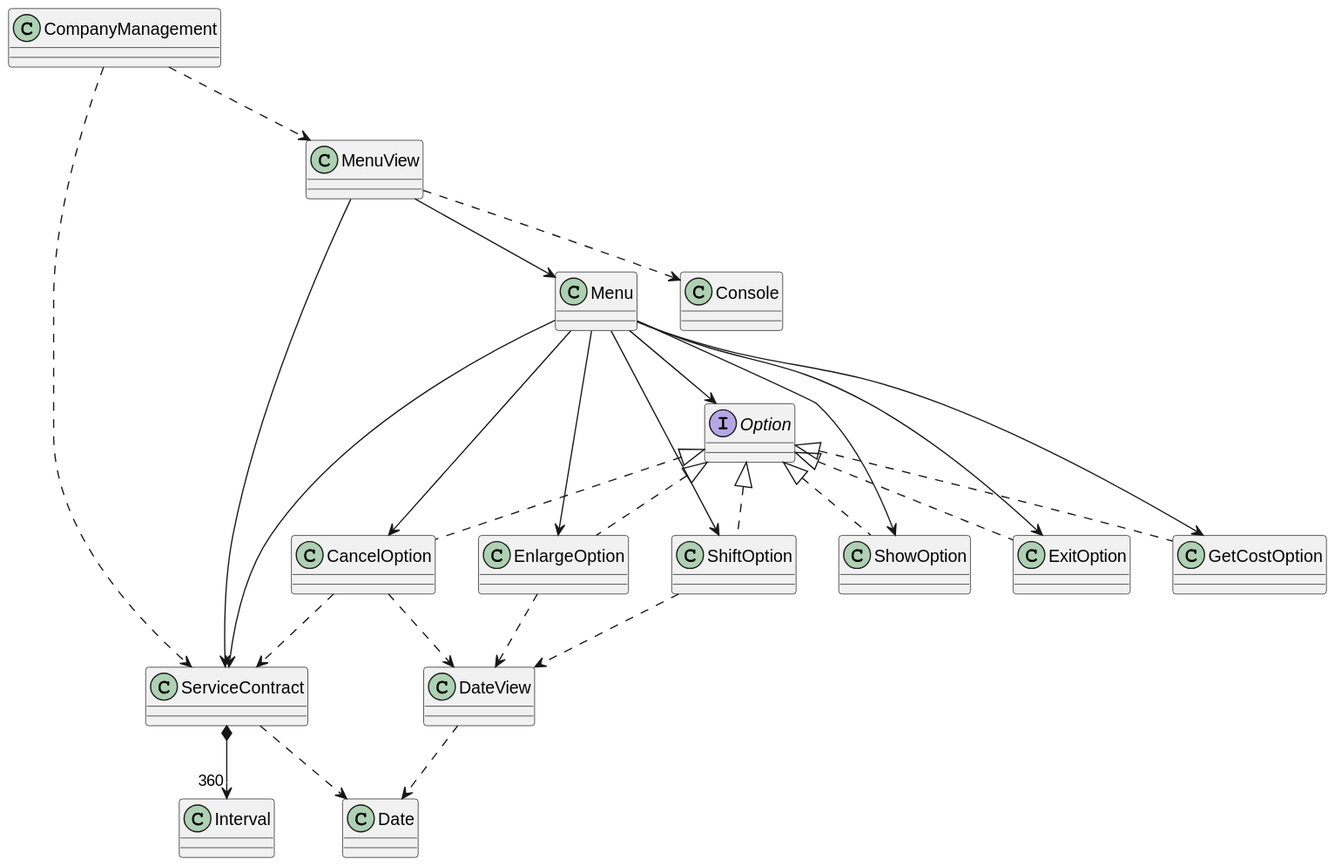
USantaTecla-ed-mpds/lab-turing keeps this PlantUML diagram as tech-java-basadoObjetos/src/es/usantatecla/companyManagement/UML/ModeloClases.svg. Above is the earlier version.
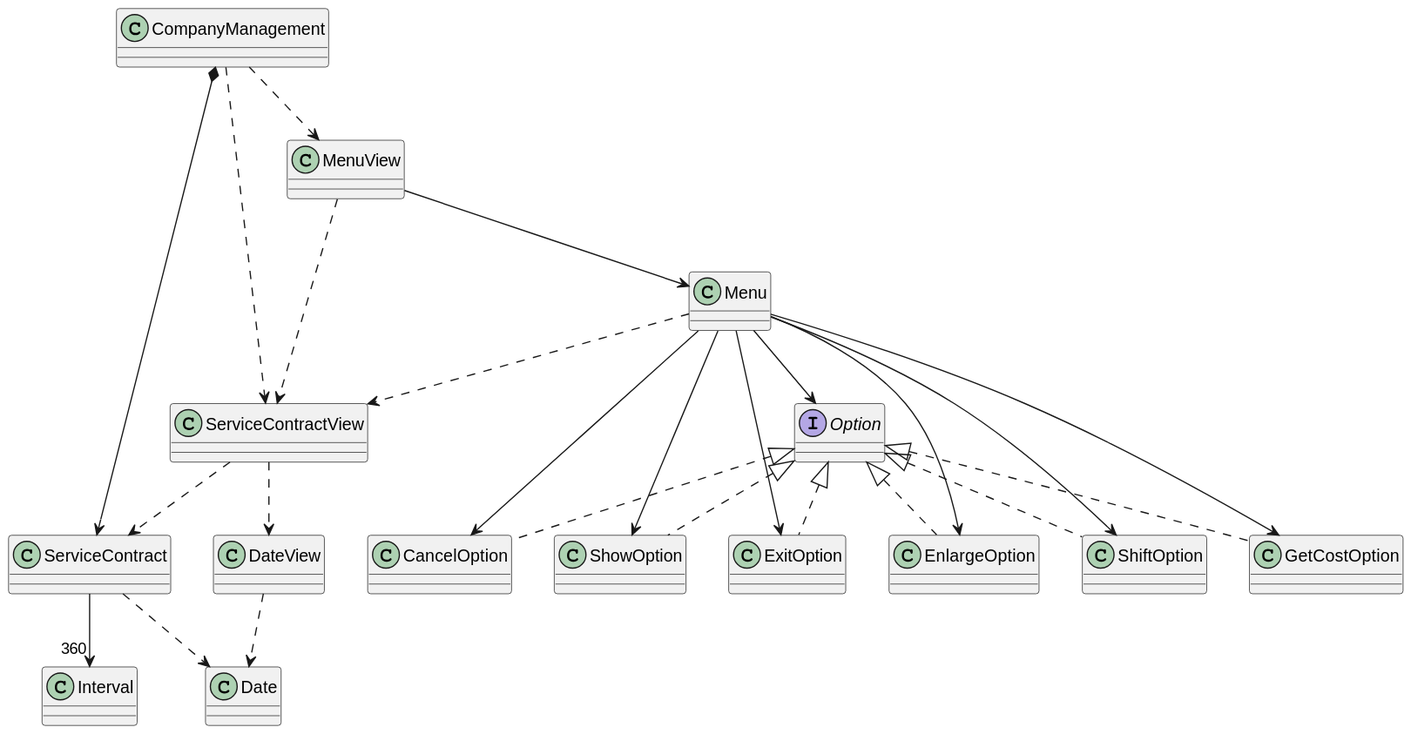
After the change.

The edit, as a diff of the source:
```diff
@@ -1,6 +1,7 @@
 @startuml
 class CompanyManagement
 class ServiceContract
+class ServiceContractView
 class MenuView
 class Menu
 class CancelOption
@@ -12,31 +13,28 @@
 
 class Date
 class DateView
-class Console
 class Interval
 
 interface Option
 
 
-CompanyManagement ..> ServiceContract
+CompanyManagement *--> ServiceContract
+CompanyManagement ..> ServiceContractView
 CompanyManagement ..> MenuView
 
+ServiceContractView ..> ServiceContract
+ServiceContractView ..> DateView
+
 ServiceContract ..> Date
-ServiceContract *--> "360" Interval
+ServiceContract --> "360" Interval
 
 DateView ..> Date
 
-MenuView --> ServiceContract
 MenuView --> Menu
-MenuView ..> Console
+MenuView ..> ServiceContractView
 
-CancelOption ..> DateView
-CancelOption ..> ServiceContract
 
-EnlargeOption ..> DateView
-ShiftOption ..> DateView
-
-Menu --> ServiceContract
+Menu ..> ServiceContractView
 Menu --> Option
 Menu --> CancelOption
 Menu --> EnlargeOption
```
